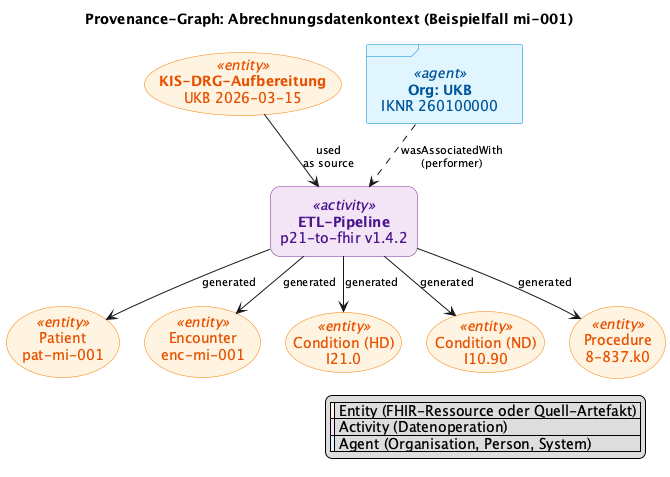
Before: input/images/Abrechnungskontext_Prov_Graph.png, a diagram exported from PlantUML (medizininformatik-initiative/kerndatensatzmodul-metadaten-provenance). The source it was exported from:
```plantuml
@startuml Abrechnungskontext_Prov_Graph

title Provenance-Graph: Abrechnungsdatenkontext (Beispielfall mi-001)

skinparam shadowing false
skinparam DefaultTextAlignment center
skinparam RankSep 35
skinparam NodeSep 25
skinparam ArrowFontSize 11


skinparam usecase<<entity>> {
    BackgroundColor #fff3e0
    BorderColor #f57c00
    FontColor #e65100
}

skinparam rectangle<<activity>> {
    BackgroundColor #f3e5f5
    BorderColor #7b1fa2
    FontColor #4a148c
    RoundCorner 20
}

skinparam frame<<agent>> {
    BackgroundColor #e1f5ff
    BorderColor #0288d1
    FontColor #01579b
}

usecase "**KIS-DRG-Aufbereitung**\nUKB 2026-03-15" as KIS <<entity>>

rectangle "**ETL-Pipeline**\np21-to-fhir v1.4.2" as ETL <<activity>>

frame "**Org: UKB**\nIKNR 260100000" as UKB <<agent>>

usecase "Patient\npat-mi-001" as Patient <<entity>>
usecase "Encounter\nenc-mi-001" as Encounter <<entity>>
usecase "Condition (HD)\nI21.0" as CondHD <<entity>>
usecase "Condition (ND)\nI10.90" as CondND <<entity>>
usecase "Procedure\n8-837.k0" as Proc <<entity>>

KIS --> ETL : used\nas source
UKB ..> ETL : wasAssociatedWith\n(performer)
ETL --> Patient   : generated
ETL --> Encounter : generated
ETL --> CondHD    : generated
ETL --> CondND    : generated
ETL --> Proc      : generated

legend right
  | <#fff3e0> | Entity (FHIR-Ressource oder Quell-Artefakt) |
  | <#f3e5f5> | Activity (Datenoperation) |
  | <#e1f5ff> | Agent (Organisation, Person, System) |
endlegend

@enduml
```
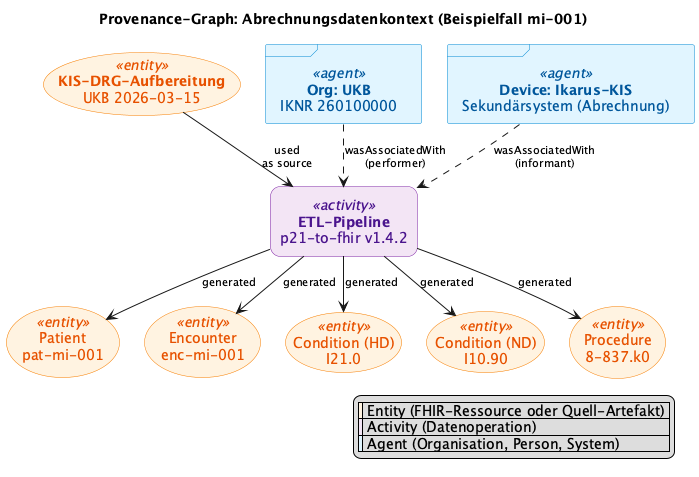
After the commit.

Commit message:
feat: add Datenquellsystem CodeSystem + Ikarus-KIS as informant agent

What changed in the source:
```diff
@@ -33,6 +33,7 @@
 rectangle "**ETL-Pipeline**\np21-to-fhir v1.4.2" as ETL <<activity>>
 
 frame "**Org: UKB**\nIKNR 260100000" as UKB <<agent>>
+frame "**Device: Ikarus-KIS**\nSekundärsystem (Abrechnung)" as KISsrc <<agent>>
 
 usecase "Patient\npat-mi-001" as Patient <<entity>>
 usecase "Encounter\nenc-mi-001" as Encounter <<entity>>
@@ -40,8 +41,9 @@
 usecase "Condition (ND)\nI10.90" as CondND <<entity>>
 usecase "Procedure\n8-837.k0" as Proc <<entity>>
 
-KIS --> ETL : used\nas source
-UKB ..> ETL : wasAssociatedWith\n(performer)
+KIS    --> ETL : used\nas source
+UKB    ..> ETL : wasAssociatedWith\n(performer)
+KISsrc ..> ETL : wasAssociatedWith\n(informant)
 ETL --> Patient   : generated
 ETL --> Encounter : generated
 ETL --> CondHD    : generated
```
